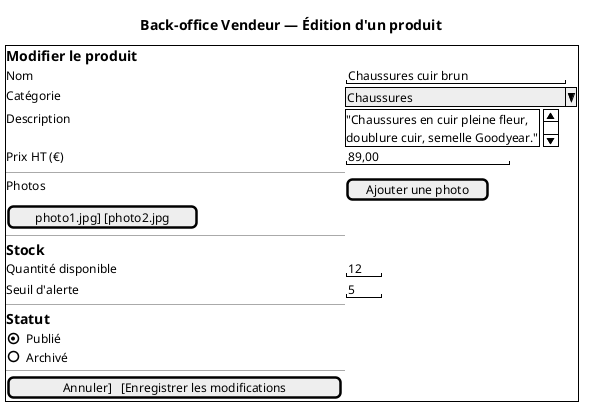
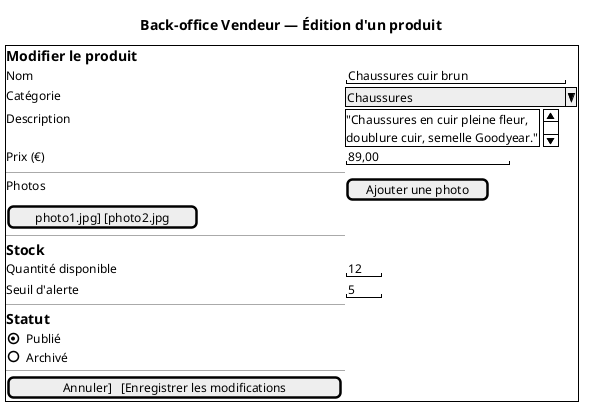
@startsalt
' Composant PA : front-vendeur (Back-office Vendeur)
' Fonctions allouées : Service Catalogue — FS-V02 (CRUD), FS-V03 (stock — fusion Produit/Stock)
' Statut « Archivé » retire le produit du catalogue acheteur sans le supprimer
title Back-office Vendeur — Édition d'un produit

{+
  == Modifier le produit
  Nom            | "Chaussures cuir brun       "
  Catégorie      | ^Chaussures                 ^
  Description    | {SI
                     "Chaussures en cuir pleine fleur,
                      doublure cuir, semelle Goodyear."
                   }
-   Prix HT (€)    | "89,00               "
+   Prix (€)       | "89,00               "
  --
  Photos         | [Ajouter une photo]
                   [photo1.jpg] [photo2.jpg]
  --
  == Stock
  Quantité disponible | "12  "
  Seuil d'alerte      | "5   "
  --
  == Statut
  (X) Publié
  ( ) Archivé
  --
  [Annuler]   [Enregistrer les modifications]
}
@endsalt
